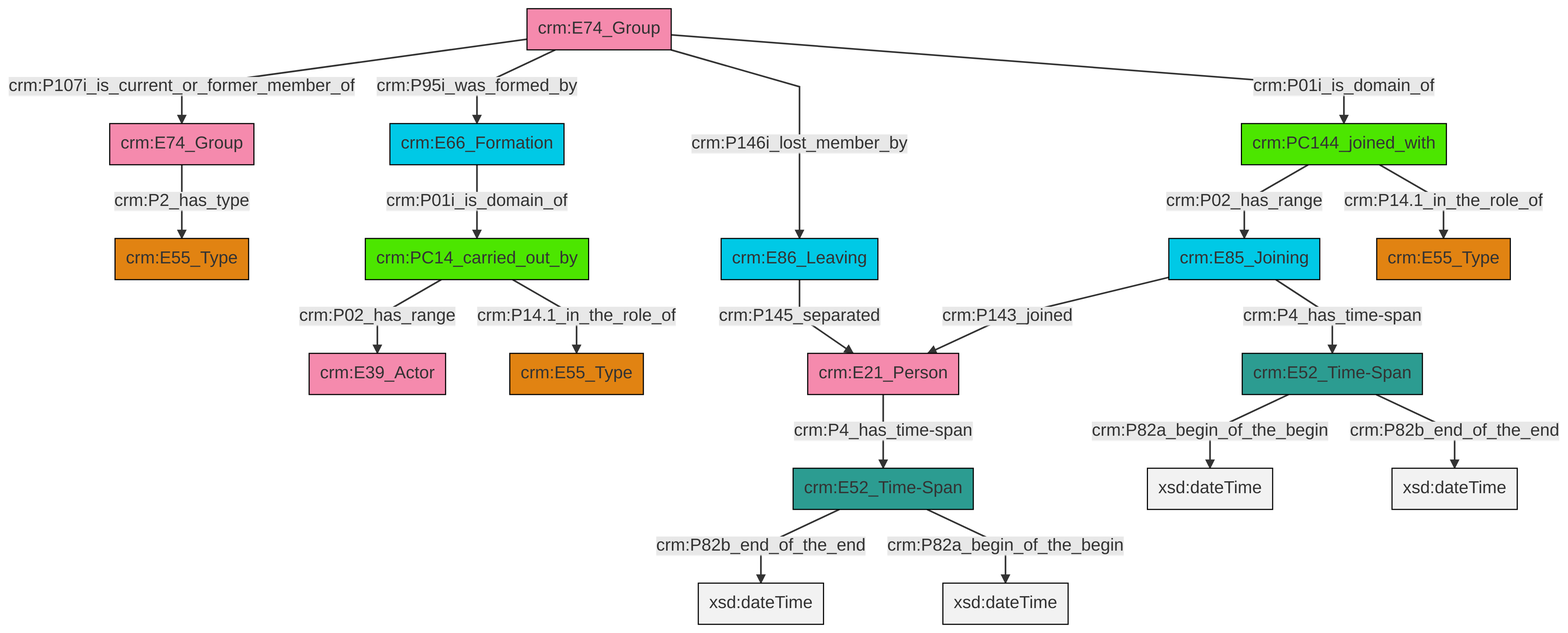
Before: et/groupCSV/ttl/mmd/png/group_actor_relations.png, a diagram exported from Mermaid (swiss-art-research-net/docs.swissartresearch). Its source is kept beside it as et/groupCSV/ttl/mmd/group_actor_relations.ttl.mmd.
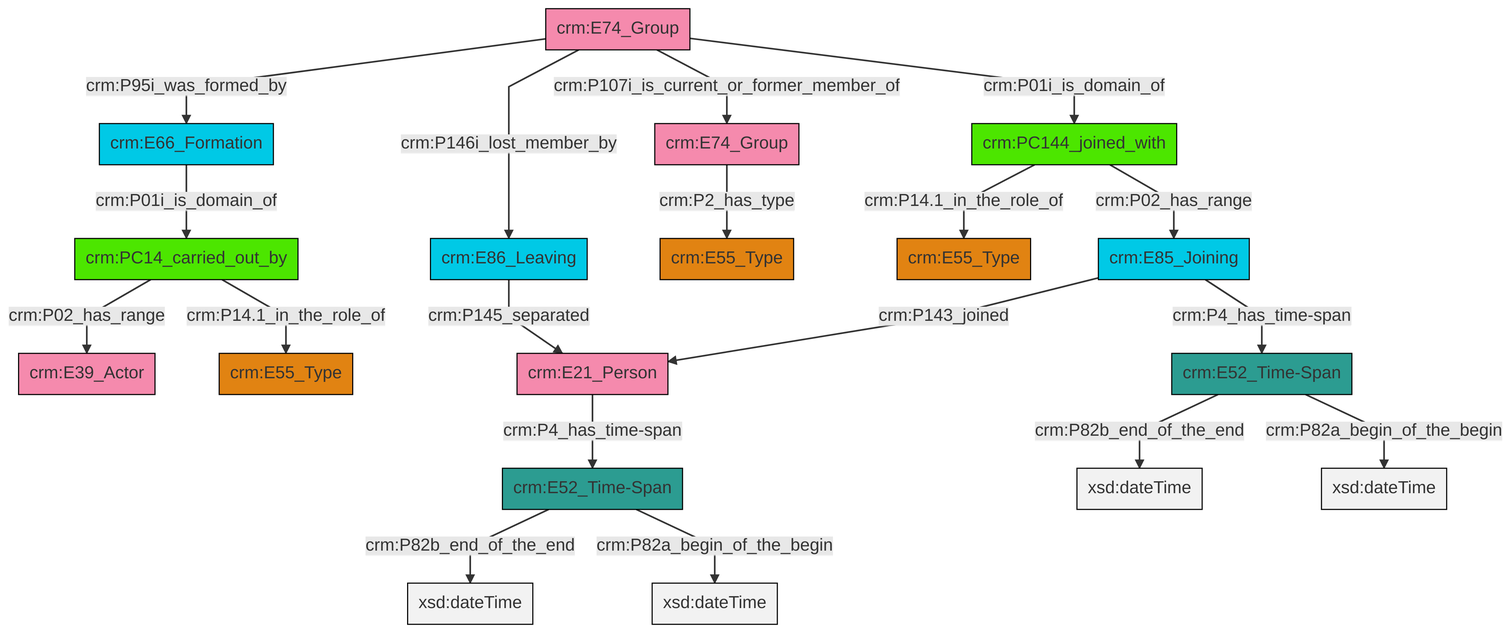
Later version of the same file.

The edit, as a diff of the source:
```diff
@@ -13,21 +13,21 @@
 classDef PC_Classes fill:#4ce600, stroke:#000000;
 classDef Multi fill:#cccccc,stroke:#000000;
 
-8["crm:E74_Group"]:::Actor -->|crm:P107i_is_current_or_former_member_of| 9["crm:E74_Group"]:::Actor
-2["crm:E52_Time-Span"]:::Time-Span -->|crm:P82b_end_of_the_end| 10[xsd:dateTime]:::Literal
-9["crm:E74_Group"]:::Actor -->|crm:P2_has_type| 0["crm:E55_Type"]:::Type
-13["crm:E85_Joining"]:::Temporal_Entity -->|crm:P143_joined| 11["crm:E21_Person"]:::Actor
-14["crm:PC14_carried_out_by"]:::PC_Classes -->|crm:P02_has_range| 15["crm:E39_Actor"]:::Actor
-8["crm:E74_Group"]:::Actor -->|crm:P95i_was_formed_by| 16["crm:E66_Formation"]:::Temporal_Entity
-6["crm:E52_Time-Span"]:::Time-Span -->|crm:P82a_begin_of_the_begin| 17[xsd:dateTime]:::Literal
-16["crm:E66_Formation"]:::Temporal_Entity -->|crm:P01i_is_domain_of| 14["crm:PC14_carried_out_by"]:::PC_Classes
-21["crm:PC144_joined_with"]:::PC_Classes -->|crm:P02_has_range| 13["crm:E85_Joining"]:::Temporal_Entity
-11["crm:E21_Person"]:::Actor -->|crm:P4_has_time-span| 2["crm:E52_Time-Span"]:::Time-Span
-25["crm:E86_Leaving"]:::Temporal_Entity -->|crm:P145_separated| 11["crm:E21_Person"]:::Actor
-2["crm:E52_Time-Span"]:::Time-Span -->|crm:P82a_begin_of_the_begin| 26[xsd:dateTime]:::Literal
-21["crm:PC144_joined_with"]:::PC_Classes -->|crm:P14.1_in_the_role_of| 4["crm:E55_Type"]:::Type
-14["crm:PC14_carried_out_by"]:::PC_Classes -->|crm:P14.1_in_the_role_of| 27["crm:E55_Type"]:::Type
-8["crm:E74_Group"]:::Actor -->|crm:P146i_lost_member_by| 25["crm:E86_Leaving"]:::Temporal_Entity
-8["crm:E74_Group"]:::Actor -->|crm:P01i_is_domain_of| 21["crm:PC144_joined_with"]:::PC_Classes
-6["crm:E52_Time-Span"]:::Time-Span -->|crm:P82b_end_of_the_end| 31[xsd:dateTime]:::Literal
-13["crm:E85_Joining"]:::Temporal_Entity -->|crm:P4_has_time-span| 6["crm:E52_Time-Span"]:::Time-Span
+0["crm:E74_Group"]:::Actor -->|crm:P95i_was_formed_by| 1["crm:E66_Formation"]:::Temporal_Entity
+0["crm:E74_Group"]:::Actor -->|crm:P146i_lost_member_by| 6["crm:E86_Leaving"]:::Temporal_Entity
+4["crm:E85_Joining"]:::Temporal_Entity -->|crm:P143_joined| 7["crm:E21_Person"]:::Actor
+8["crm:E52_Time-Span"]:::Time-Span -->|crm:P82b_end_of_the_end| 9[xsd:dateTime]:::Literal
+11["crm:PC14_carried_out_by"]:::PC_Classes -->|crm:P02_has_range| 2["crm:E39_Actor"]:::Actor
+16["crm:E52_Time-Span"]:::Time-Span -->|crm:P82b_end_of_the_end| 17[xsd:dateTime]:::Literal
+14["crm:PC144_joined_with"]:::PC_Classes -->|crm:P14.1_in_the_role_of| 20["crm:E55_Type"]:::Type
+14["crm:PC144_joined_with"]:::PC_Classes -->|crm:P02_has_range| 4["crm:E85_Joining"]:::Temporal_Entity
+0["crm:E74_Group"]:::Actor -->|crm:P107i_is_current_or_former_member_of| 22["crm:E74_Group"]:::Actor
+16["crm:E52_Time-Span"]:::Time-Span -->|crm:P82a_begin_of_the_begin| 23[xsd:dateTime]:::Literal
+4["crm:E85_Joining"]:::Temporal_Entity -->|crm:P4_has_time-span| 16["crm:E52_Time-Span"]:::Time-Span
+1["crm:E66_Formation"]:::Temporal_Entity -->|crm:P01i_is_domain_of| 11["crm:PC14_carried_out_by"]:::PC_Classes
+8["crm:E52_Time-Span"]:::Time-Span -->|crm:P82a_begin_of_the_begin| 28[xsd:dateTime]:::Literal
+7["crm:E21_Person"]:::Actor -->|crm:P4_has_time-span| 8["crm:E52_Time-Span"]:::Time-Span
+6["crm:E86_Leaving"]:::Temporal_Entity -->|crm:P145_separated| 7["crm:E21_Person"]:::Actor
+0["crm:E74_Group"]:::Actor -->|crm:P01i_is_domain_of| 14["crm:PC144_joined_with"]:::PC_Classes
+22["crm:E74_Group"]:::Actor -->|crm:P2_has_type| 32["crm:E55_Type"]:::Type
+11["crm:PC14_carried_out_by"]:::PC_Classes -->|crm:P14.1_in_the_role_of| 12["crm:E55_Type"]:::Type
```
